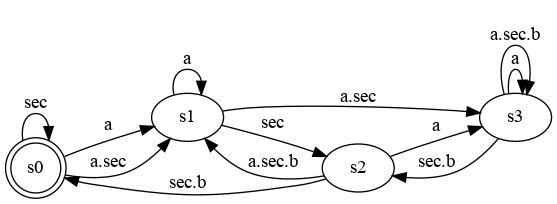
This is Examples/CCSL_Primitives/sts/TernaryDelay1.dot.png from frederic-mallet/ccsl-sts, a Graphviz export, as it was before one commit. Its source is kept beside it as Examples/CCSL_Primitives/sts/TernaryDelay1.dot.
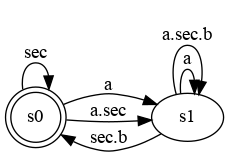
The same file after the commit.

The edit, as a diff of the source:
```diff
@@ -13,28 +13,10 @@
   s1->s1 [
     label= "a"
   ] ;
-  s1->s2 [
-    label= "sec"
-  ] ;
-  s1->s3 [
-    label= "a.sec"
-  ] ;
-  s2->s3 [
-    label= "a"
-  ] ;
-  s2->s0 [
+  s1->s0 [
     label= "sec.b"
   ] ;
-  s2->s1 [
-    label= "a.sec.b"
-  ] ;
-  s3->s3 [
-    label= "a"
-  ] ;
-  s3->s2 [
-    label= "sec.b"
-  ] ;
-  s3->s3 [
+  s1->s1 [
     label= "a.sec.b"
   ] ;
 }
```
